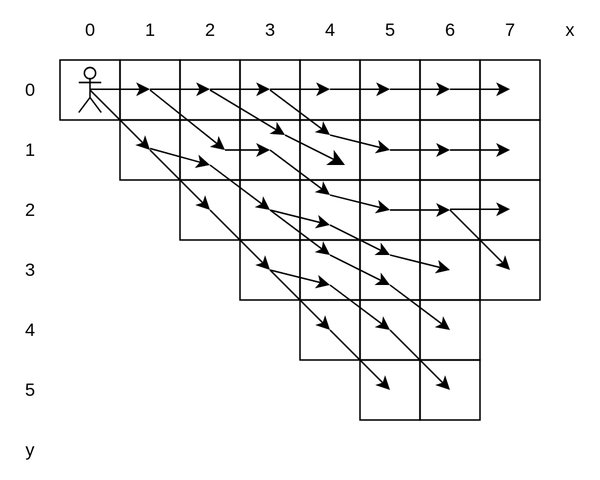
Above: docs/fov.svg in talamus/python-2d-fov-poc (draw.io), before the change. Source tidied: cells renumbered, new cells last; positions are measured from the earlier drawing's top-left corner, leaving out a move shared by most shapes.
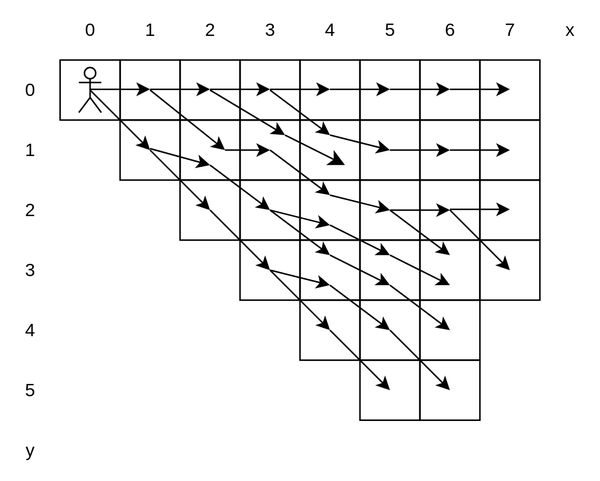
The same file after the commit.

What changed in the source:
```diff
@@ -239,7 +239,7 @@
     <mxCell id="57" style="endArrow=classic;html=1;rounded=0;defaultLabelBackgroundColor=page;" parent="1" edge="1">
       <mxGeometry relative="1" as="geometry">
         <mxPoint x="260" y="170" as="sourcePoint" />
-        <mxPoint x="300" y="180" as="targetPoint" />
+        <mxPoint x="300" y="190" as="targetPoint" />
       </mxGeometry>
     </mxCell>
     <mxCell id="58" style="endArrow=classic;html=1;rounded=0;defaultLabelBackgroundColor=page;" parent="1" edge="1">
@@ -361,5 +361,11 @@
         <mxPoint x="190" y="90" as="sourcePoint" />
       </mxGeometry>
     </mxCell>
+    <mxCell id="86" style="endArrow=classic;html=1;rounded=0;defaultLabelBackgroundColor=page;" parent="1" edge="1">
+      <mxGeometry relative="1" as="geometry">
+        <mxPoint x="260" y="140" as="sourcePoint" />
+        <mxPoint x="300" y="170" as="targetPoint" />
+      </mxGeometry>
+    </mxCell>
   </root>
 </mxGraphModel>
```
